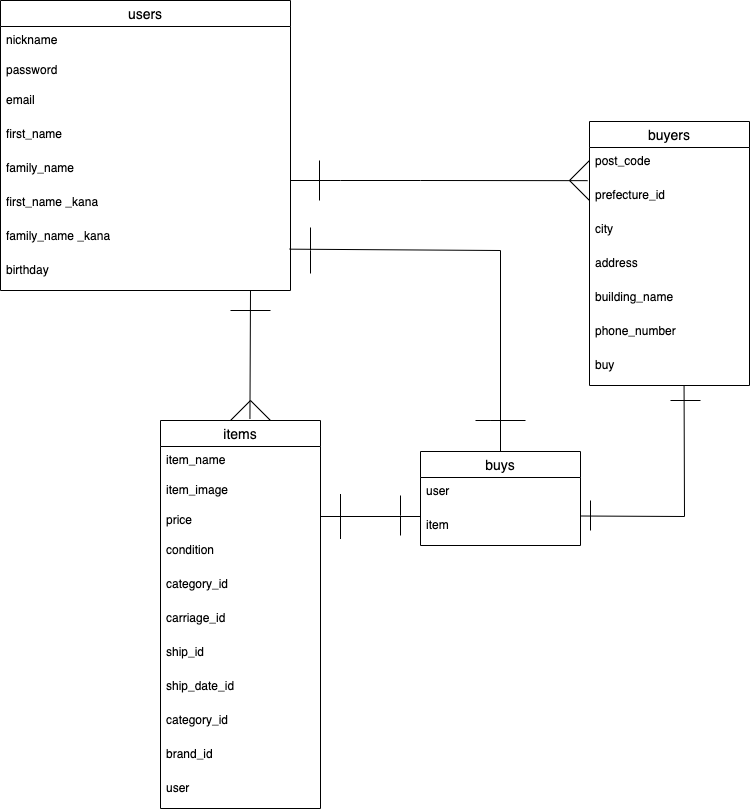
Before: furima1.png, a diagram exported from draw.io (Ishibashi-naoki1/furima-35187). Source tidied: cells renumbered, new cells last; positions are measured from the earlier drawing's top-left corner, leaving out a move shared by most shapes. Source of this version:
```xml
<mxGraphModel>
  <root>
    <mxCell id="0" />
    <mxCell id="1" parent="0" />
    <mxCell id="2" value="users" style="swimlane;fontStyle=0;horizontal=1;startSize=26;align=center;fontSize=14;" parent="1" vertex="1">
      <mxGeometry width="290" height="290" as="geometry" />
    </mxCell>
    <mxCell id="3" value="nickname " style="text;strokeColor=none;fillColor=none;spacingLeft=4;spacingRight=4;overflow=hidden;fontSize=12;" parent="2" vertex="1">
      <mxGeometry y="26" width="290" height="30" as="geometry" />
    </mxCell>
    <mxCell id="4" value="password " style="text;strokeColor=none;fillColor=none;spacingLeft=4;spacingRight=4;overflow=hidden;fontSize=12;" parent="2" vertex="1">
      <mxGeometry y="56" width="290" height="30" as="geometry" />
    </mxCell>
    <mxCell id="5" value="email " style="text;strokeColor=none;fillColor=none;spacingLeft=4;spacingRight=4;overflow=hidden;fontSize=12;" parent="2" vertex="1">
      <mxGeometry y="86" width="290" height="34" as="geometry" />
    </mxCell>
    <mxCell id="6" value="first_name " style="text;strokeColor=none;fillColor=none;spacingLeft=4;spacingRight=4;overflow=hidden;fontSize=12;" parent="2" vertex="1">
      <mxGeometry y="120" width="290" height="34" as="geometry" />
    </mxCell>
    <mxCell id="7" value="family_name " style="text;strokeColor=none;fillColor=none;spacingLeft=4;spacingRight=4;overflow=hidden;fontSize=12;" parent="2" vertex="1">
      <mxGeometry y="154" width="290" height="34" as="geometry" />
    </mxCell>
    <mxCell id="8" value="first_name _kana" style="text;strokeColor=none;fillColor=none;spacingLeft=4;spacingRight=4;overflow=hidden;fontSize=12;" parent="2" vertex="1">
      <mxGeometry y="188" width="290" height="34" as="geometry" />
    </mxCell>
    <mxCell id="9" value="family_name _kana" style="text;strokeColor=none;fillColor=none;spacingLeft=4;spacingRight=4;overflow=hidden;points=[[0,0.5],[1,0.5]];portConstraint=eastwest;fontSize=12;" parent="2" vertex="1">
      <mxGeometry y="222" width="290" height="34" as="geometry" />
    </mxCell>
    <mxCell id="10" value="birthday" style="text;strokeColor=none;fillColor=none;spacingLeft=4;spacingRight=4;overflow=hidden;fontSize=12;" parent="2" vertex="1">
      <mxGeometry y="256" width="290" height="34" as="geometry" />
    </mxCell>
    <mxCell id="11" style="endArrow=none;html=1;rounded=0;" parent="2" edge="1">
      <mxGeometry relative="1" as="geometry">
        <mxPoint x="310" y="273" as="sourcePoint" />
        <mxPoint x="310" y="227" as="targetPoint" />
        <Array as="points">
          <mxPoint x="310" y="250" />
        </Array>
      </mxGeometry>
    </mxCell>
    <mxCell id="12" value="items" style="swimlane;fontStyle=0;horizontal=1;startSize=26;align=center;fontSize=14;" parent="1" vertex="1">
      <mxGeometry x="160" y="420" width="160" height="388" as="geometry" />
    </mxCell>
    <mxCell id="13" value="item_name" style="text;strokeColor=none;fillColor=none;spacingLeft=4;spacingRight=4;overflow=hidden;fontSize=12;" parent="12" vertex="1">
      <mxGeometry y="26" width="160" height="30" as="geometry" />
    </mxCell>
    <mxCell id="14" value="item_image" style="text;strokeColor=none;fillColor=none;spacingLeft=4;spacingRight=4;overflow=hidden;fontSize=12;" parent="12" vertex="1">
      <mxGeometry y="56" width="160" height="30" as="geometry" />
    </mxCell>
    <mxCell id="15" value="price" style="text;strokeColor=none;fillColor=none;spacingLeft=4;spacingRight=4;overflow=hidden;fontSize=12;" parent="12" vertex="1">
      <mxGeometry y="86" width="160" height="30" as="geometry" />
    </mxCell>
    <mxCell id="16" value="condition" style="text;strokeColor=none;fillColor=none;spacingLeft=4;spacingRight=4;overflow=hidden;fontSize=12;" parent="12" vertex="1">
      <mxGeometry y="116" width="160" height="34" as="geometry" />
    </mxCell>
    <mxCell id="17" value="category_id" style="text;strokeColor=none;fillColor=none;spacingLeft=4;spacingRight=4;overflow=hidden;fontSize=12;" parent="12" vertex="1">
      <mxGeometry y="150" width="160" height="34" as="geometry" />
    </mxCell>
    <mxCell id="18" value="carriage_id" style="text;strokeColor=none;fillColor=none;spacingLeft=4;spacingRight=4;overflow=hidden;fontSize=12;" parent="12" vertex="1">
      <mxGeometry y="184" width="160" height="34" as="geometry" />
    </mxCell>
    <mxCell id="19" value="ship_id" style="text;strokeColor=none;fillColor=none;spacingLeft=4;spacingRight=4;overflow=hidden;fontSize=12;" parent="12" vertex="1">
      <mxGeometry y="218" width="160" height="34" as="geometry" />
    </mxCell>
    <mxCell id="20" value="ship_date_id" style="text;strokeColor=none;fillColor=none;spacingLeft=4;spacingRight=4;overflow=hidden;fontSize=12;" parent="12" vertex="1">
      <mxGeometry y="252" width="160" height="34" as="geometry" />
    </mxCell>
    <mxCell id="21" value="category_id" style="text;strokeColor=none;fillColor=none;spacingLeft=4;spacingRight=4;overflow=hidden;fontSize=12;" parent="12" vertex="1">
      <mxGeometry y="286" width="160" height="34" as="geometry" />
    </mxCell>
    <mxCell id="22" value="brand_id" style="text;strokeColor=none;fillColor=none;spacingLeft=4;spacingRight=4;overflow=hidden;fontSize=12;" parent="12" vertex="1">
      <mxGeometry y="320" width="160" height="34" as="geometry" />
    </mxCell>
    <mxCell id="23" value="user" style="text;strokeColor=none;fillColor=none;spacingLeft=4;spacingRight=4;overflow=hidden;fontSize=12;" parent="12" vertex="1">
      <mxGeometry y="354" width="160" height="34" as="geometry" />
    </mxCell>
    <mxCell id="24" value="buyers" style="swimlane;fontStyle=0;horizontal=1;startSize=26;align=center;fontSize=14;" parent="1" vertex="1">
      <mxGeometry x="589" y="121" width="160" height="264" as="geometry" />
    </mxCell>
    <mxCell id="25" value="post_code" style="text;strokeColor=none;fillColor=none;spacingLeft=4;spacingRight=4;overflow=hidden;fontSize=12;" parent="24" vertex="1">
      <mxGeometry y="26" width="160" height="34" as="geometry" />
    </mxCell>
    <mxCell id="26" value="prefecture_id" style="text;strokeColor=none;fillColor=none;spacingLeft=4;spacingRight=4;overflow=hidden;points=[[0,0.5],[1,0.5]];portConstraint=eastwest;fontSize=12;" parent="24" vertex="1">
      <mxGeometry y="60" width="160" height="34" as="geometry" />
    </mxCell>
    <mxCell id="27" value="city" style="text;strokeColor=none;fillColor=none;spacingLeft=4;spacingRight=4;overflow=hidden;fontSize=12;" parent="24" vertex="1">
      <mxGeometry y="94" width="160" height="34" as="geometry" />
    </mxCell>
    <mxCell id="28" value="address" style="text;strokeColor=none;fillColor=none;spacingLeft=4;spacingRight=4;overflow=hidden;fontSize=12;" parent="24" vertex="1">
      <mxGeometry y="128" width="160" height="34" as="geometry" />
    </mxCell>
    <mxCell id="29" value="building_name" style="text;strokeColor=none;fillColor=none;spacingLeft=4;spacingRight=4;overflow=hidden;fontSize=12;" parent="24" vertex="1">
      <mxGeometry y="162" width="160" height="34" as="geometry" />
    </mxCell>
    <mxCell id="30" value="phone_number" style="text;strokeColor=none;fillColor=none;spacingLeft=4;spacingRight=4;overflow=hidden;fontSize=12;" parent="24" vertex="1">
      <mxGeometry y="196" width="160" height="34" as="geometry" />
    </mxCell>
    <mxCell id="31" value="buy" style="text;strokeColor=none;fillColor=none;spacingLeft=4;spacingRight=4;overflow=hidden;points=[[0,0.5],[1,0.5]];portConstraint=eastwest;fontSize=12;" parent="24" vertex="1">
      <mxGeometry y="230" width="160" height="34" as="geometry" />
    </mxCell>
    <mxCell id="32" style="line;strokeWidth=1;dashed=0;labelPosition=right;align=left;verticalAlign=middle;spacingTop=0;spacingLeft=6;" parent="1" vertex="1">
      <mxGeometry x="320" y="511" width="100" height="10" as="geometry" />
    </mxCell>
    <mxCell id="33" style="endArrow=none;html=1;rounded=0;" parent="1" edge="1">
      <mxGeometry relative="1" as="geometry">
        <mxPoint x="400" y="535" as="sourcePoint" />
        <mxPoint x="400" y="495" as="targetPoint" />
        <Array as="points">
          <mxPoint x="400" y="515" />
        </Array>
      </mxGeometry>
    </mxCell>
    <mxCell id="34" style="endArrow=none;html=1;rounded=0;" parent="1" edge="1">
      <mxGeometry relative="1" as="geometry">
        <mxPoint x="230" y="310" as="sourcePoint" />
        <mxPoint x="270" y="310" as="targetPoint" />
        <Array as="points">
          <mxPoint x="270" y="310" />
        </Array>
      </mxGeometry>
    </mxCell>
    <mxCell id="35" style="endArrow=none;html=1;rounded=0;" parent="1" edge="1">
      <mxGeometry relative="1" as="geometry">
        <mxPoint x="230" y="420" as="sourcePoint" />
        <mxPoint x="270" y="420" as="targetPoint" />
        <Array as="points">
          <mxPoint x="250" y="400" />
        </Array>
      </mxGeometry>
    </mxCell>
    <mxCell id="36" style="endArrow=none;html=1;rounded=0;entryX=-0.012;entryY=-0.025;entryDx=0;entryDy=0;entryPerimeter=0;" parent="1" edge="1" target="26">
      <mxGeometry relative="1" as="geometry">
        <mxPoint x="290" y="180" as="sourcePoint" />
        <Array as="points">
          <mxPoint x="340" y="180" />
          <mxPoint x="420" y="180" />
        </Array>
      </mxGeometry>
    </mxCell>
    <mxCell id="37" style="endArrow=none;html=1;rounded=0;" parent="1" edge="1">
      <mxGeometry relative="1" as="geometry">
        <mxPoint x="319" y="200" as="sourcePoint" />
        <mxPoint x="319" y="160" as="targetPoint" />
        <Array as="points">
          <mxPoint x="319" y="180" />
        </Array>
      </mxGeometry>
    </mxCell>
    <mxCell id="38" style="endArrow=none;html=1;rounded=0;" parent="1" edge="1">
      <mxGeometry relative="1" as="geometry">
        <mxPoint x="589" y="200" as="sourcePoint" />
        <mxPoint x="589" y="160" as="targetPoint" />
        <Array as="points">
          <mxPoint x="569" y="180" />
        </Array>
      </mxGeometry>
    </mxCell>
    <mxCell id="39" style="endArrow=none;html=1;rounded=0;exitX=0.559;exitY=-0.005;exitDx=0;exitDy=0;exitPerimeter=0;" parent="1" edge="1" source="12">
      <mxGeometry relative="1" as="geometry">
        <mxPoint x="250" y="290" as="targetPoint" />
      </mxGeometry>
    </mxCell>
    <mxCell id="40" style="endArrow=none;html=1;rounded=0;" parent="1" edge="1">
      <mxGeometry relative="1" as="geometry">
        <mxPoint x="475" y="420" as="sourcePoint" />
        <mxPoint x="525" y="420" as="targetPoint" />
        <Array as="points">
          <mxPoint x="490.4" y="420" />
        </Array>
      </mxGeometry>
    </mxCell>
    <mxCell id="41" value="buys" style="swimlane;fontStyle=0;horizontal=1;startSize=26;align=center;fontSize=14;" parent="1" vertex="1">
      <mxGeometry x="420" y="451" width="160" height="94" as="geometry" />
    </mxCell>
    <mxCell id="42" value="user" style="text;strokeColor=none;fillColor=none;spacingLeft=4;spacingRight=4;overflow=hidden;fontSize=12;" parent="41" vertex="1">
      <mxGeometry y="26" width="160" height="34" as="geometry" />
    </mxCell>
    <mxCell id="43" value="item" style="text;strokeColor=none;fillColor=none;spacingLeft=4;spacingRight=4;overflow=hidden;fontSize=12;" parent="41" vertex="1">
      <mxGeometry y="60" width="160" height="34" as="geometry" />
    </mxCell>
    <mxCell id="44" style="endArrow=none;html=1;rounded=0;entryX=0.997;entryY=0.784;entryDx=0;entryDy=0;exitX=0.5;exitY=0;exitDx=0;exitDy=0;entryPerimeter=0;" parent="1" edge="1" source="41" target="9">
      <mxGeometry relative="1" as="geometry">
        <Array as="points">
          <mxPoint x="500" y="250" />
        </Array>
      </mxGeometry>
    </mxCell>
    <mxCell id="45" style="endArrow=none;html=1;rounded=0;" parent="1" edge="1">
      <mxGeometry relative="1" as="geometry">
        <mxPoint x="340" y="493.5" as="sourcePoint" />
        <mxPoint x="340" y="538.5" as="targetPoint" />
        <Array as="points">
          <mxPoint x="340" y="517.5" />
        </Array>
      </mxGeometry>
    </mxCell>
    <mxCell id="46" style="endArrow=none;html=1;rounded=0;entryX=0.591;entryY=1;entryDx=0;entryDy=0;entryPerimeter=0;" parent="1" edge="1" target="31">
      <mxGeometry relative="1" as="geometry">
        <mxPoint x="580" y="515.5" as="sourcePoint" />
        <Array as="points">
          <mxPoint x="684" y="516" />
        </Array>
      </mxGeometry>
    </mxCell>
    <mxCell id="47" style="endArrow=none;html=1;rounded=0;" parent="1" edge="1">
      <mxGeometry relative="1" as="geometry">
        <mxPoint x="590" y="500" as="sourcePoint" />
        <mxPoint x="590" y="530" as="targetPoint" />
      </mxGeometry>
    </mxCell>
    <mxCell id="48" style="endArrow=none;html=1;rounded=0;" parent="1" edge="1">
      <mxGeometry relative="1" as="geometry">
        <mxPoint x="670" y="400" as="sourcePoint" />
        <mxPoint x="700" y="400" as="targetPoint" />
      </mxGeometry>
    </mxCell>
  </root>
</mxGraphModel>
```
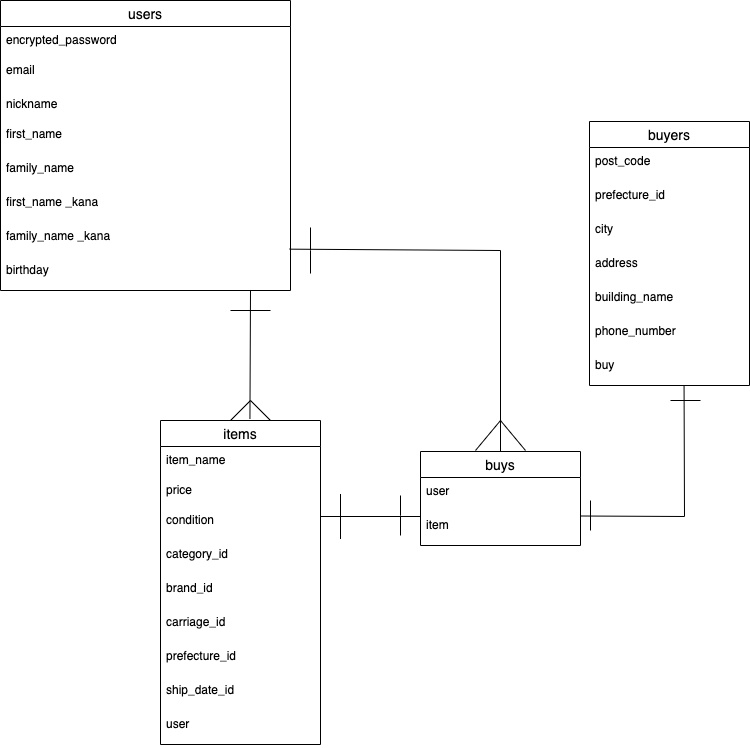
The same file after the commit.

Diff of the diagram source:
```diff
@@ -5,15 +5,15 @@
     <mxCell id="2" value="users" style="swimlane;fontStyle=0;horizontal=1;startSize=26;align=center;fontSize=14;" parent="1" vertex="1">
       <mxGeometry width="290" height="290" as="geometry" />
     </mxCell>
-    <mxCell id="3" value="nickname " style="text;strokeColor=none;fillColor=none;spacingLeft=4;spacingRight=4;overflow=hidden;fontSize=12;" parent="2" vertex="1">
-      <mxGeometry y="26" width="290" height="30" as="geometry" />
-    </mxCell>
-    <mxCell id="4" value="password " style="text;strokeColor=none;fillColor=none;spacingLeft=4;spacingRight=4;overflow=hidden;fontSize=12;" parent="2" vertex="1">
-      <mxGeometry y="56" width="290" height="30" as="geometry" />
+    <mxCell id="4" value="encrypted_password" style="text;strokeColor=none;fillColor=none;spacingLeft=4;spacingRight=4;overflow=hidden;fontSize=12;" parent="2" vertex="1">
+      <mxGeometry y="26" width="290" height="30" as="geometry" />
     </mxCell>
     <mxCell id="5" value="email " style="text;strokeColor=none;fillColor=none;spacingLeft=4;spacingRight=4;overflow=hidden;fontSize=12;" parent="2" vertex="1">
-      <mxGeometry y="86" width="290" height="34" as="geometry" />
+      <mxGeometry y="56" width="290" height="34" as="geometry" />
     </mxCell>
+    <mxCell id="3" value="nickname " style="text;strokeColor=none;fillColor=none;spacingLeft=4;spacingRight=4;overflow=hidden;fontSize=12;" parent="2" vertex="1">
+      <mxGeometry y="90" width="290" height="30" as="geometry" />
+    </mxCell>
     <mxCell id="6" value="first_name " style="text;strokeColor=none;fillColor=none;spacingLeft=4;spacingRight=4;overflow=hidden;fontSize=12;" parent="2" vertex="1">
       <mxGeometry y="120" width="290" height="34" as="geometry" />
     </mxCell>
@@ -39,40 +39,34 @@
       </mxGeometry>
     </mxCell>
     <mxCell id="12" value="items" style="swimlane;fontStyle=0;horizontal=1;startSize=26;align=center;fontSize=14;" parent="1" vertex="1">
-      <mxGeometry x="160" y="420" width="160" height="388" as="geometry" />
+      <mxGeometry x="160" y="420" width="160" height="324" as="geometry" />
     </mxCell>
     <mxCell id="13" value="item_name" style="text;strokeColor=none;fillColor=none;spacingLeft=4;spacingRight=4;overflow=hidden;fontSize=12;" parent="12" vertex="1">
       <mxGeometry y="26" width="160" height="30" as="geometry" />
     </mxCell>
-    <mxCell id="14" value="item_image" style="text;strokeColor=none;fillColor=none;spacingLeft=4;spacingRight=4;overflow=hidden;fontSize=12;" parent="12" vertex="1">
-      <mxGeometry y="56" width="160" height="30" as="geometry" />
-    </mxCell>
     <mxCell id="15" value="price" style="text;strokeColor=none;fillColor=none;spacingLeft=4;spacingRight=4;overflow=hidden;fontSize=12;" parent="12" vertex="1">
-      <mxGeometry y="86" width="160" height="30" as="geometry" />
+      <mxGeometry y="56" width="160" height="30" as="geometry" />
     </mxCell>
     <mxCell id="16" value="condition" style="text;strokeColor=none;fillColor=none;spacingLeft=4;spacingRight=4;overflow=hidden;fontSize=12;" parent="12" vertex="1">
-      <mxGeometry y="116" width="160" height="34" as="geometry" />
+      <mxGeometry y="86" width="160" height="34" as="geometry" />
     </mxCell>
     <mxCell id="17" value="category_id" style="text;strokeColor=none;fillColor=none;spacingLeft=4;spacingRight=4;overflow=hidden;fontSize=12;" parent="12" vertex="1">
-      <mxGeometry y="150" width="160" height="34" as="geometry" />
+      <mxGeometry y="120" width="160" height="34" as="geometry" />
     </mxCell>
+    <mxCell id="22" value="brand_id" style="text;strokeColor=none;fillColor=none;spacingLeft=4;spacingRight=4;overflow=hidden;fontSize=12;" parent="12" vertex="1">
+      <mxGeometry y="154" width="160" height="34" as="geometry" />
+    </mxCell>
     <mxCell id="18" value="carriage_id" style="text;strokeColor=none;fillColor=none;spacingLeft=4;spacingRight=4;overflow=hidden;fontSize=12;" parent="12" vertex="1">
-      <mxGeometry y="184" width="160" height="34" as="geometry" />
+      <mxGeometry y="188" width="160" height="34" as="geometry" />
     </mxCell>
-    <mxCell id="19" value="ship_id" style="text;strokeColor=none;fillColor=none;spacingLeft=4;spacingRight=4;overflow=hidden;fontSize=12;" parent="12" vertex="1">
-      <mxGeometry y="218" width="160" height="34" as="geometry" />
-    </mxCell>
+    <mxCell id="49" value="prefecture_id" style="text;strokeColor=none;fillColor=none;spacingLeft=4;spacingRight=4;overflow=hidden;fontSize=12;" parent="12" vertex="1">
+      <mxGeometry y="222" width="160" height="34" as="geometry" />
+    </mxCell>
     <mxCell id="20" value="ship_date_id" style="text;strokeColor=none;fillColor=none;spacingLeft=4;spacingRight=4;overflow=hidden;fontSize=12;" parent="12" vertex="1">
-      <mxGeometry y="252" width="160" height="34" as="geometry" />
+      <mxGeometry y="256" width="160" height="34" as="geometry" />
     </mxCell>
-    <mxCell id="21" value="category_id" style="text;strokeColor=none;fillColor=none;spacingLeft=4;spacingRight=4;overflow=hidden;fontSize=12;" parent="12" vertex="1">
-      <mxGeometry y="286" width="160" height="34" as="geometry" />
-    </mxCell>
-    <mxCell id="22" value="brand_id" style="text;strokeColor=none;fillColor=none;spacingLeft=4;spacingRight=4;overflow=hidden;fontSize=12;" parent="12" vertex="1">
-      <mxGeometry y="320" width="160" height="34" as="geometry" />
-    </mxCell>
     <mxCell id="23" value="user" style="text;strokeColor=none;fillColor=none;spacingLeft=4;spacingRight=4;overflow=hidden;fontSize=12;" parent="12" vertex="1">
-      <mxGeometry y="354" width="160" height="34" as="geometry" />
+      <mxGeometry y="290" width="160" height="34" as="geometry" />
     </mxCell>
     <mxCell id="24" value="buyers" style="swimlane;fontStyle=0;horizontal=1;startSize=26;align=center;fontSize=14;" parent="1" vertex="1">
       <mxGeometry x="589" y="121" width="160" height="264" as="geometry" />
@@ -128,33 +122,6 @@
         </Array>
       </mxGeometry>
     </mxCell>
-    <mxCell id="36" style="endArrow=none;html=1;rounded=0;entryX=-0.012;entryY=-0.025;entryDx=0;entryDy=0;entryPerimeter=0;" parent="1" edge="1" target="26">
-      <mxGeometry relative="1" as="geometry">
-        <mxPoint x="290" y="180" as="sourcePoint" />
-        <Array as="points">
-          <mxPoint x="340" y="180" />
-          <mxPoint x="420" y="180" />
-        </Array>
-      </mxGeometry>
-    </mxCell>
-    <mxCell id="37" style="endArrow=none;html=1;rounded=0;" parent="1" edge="1">
-      <mxGeometry relative="1" as="geometry">
-        <mxPoint x="319" y="200" as="sourcePoint" />
-        <mxPoint x="319" y="160" as="targetPoint" />
-        <Array as="points">
-          <mxPoint x="319" y="180" />
-        </Array>
-      </mxGeometry>
-    </mxCell>
-    <mxCell id="38" style="endArrow=none;html=1;rounded=0;" parent="1" edge="1">
-      <mxGeometry relative="1" as="geometry">
-        <mxPoint x="589" y="200" as="sourcePoint" />
-        <mxPoint x="589" y="160" as="targetPoint" />
-        <Array as="points">
-          <mxPoint x="569" y="180" />
-        </Array>
-      </mxGeometry>
-    </mxCell>
     <mxCell id="39" style="endArrow=none;html=1;rounded=0;exitX=0.559;exitY=-0.005;exitDx=0;exitDy=0;exitPerimeter=0;" parent="1" edge="1" source="12">
       <mxGeometry relative="1" as="geometry">
         <mxPoint x="250" y="290" as="targetPoint" />
@@ -162,10 +129,10 @@
     </mxCell>
     <mxCell id="40" style="endArrow=none;html=1;rounded=0;" parent="1" edge="1">
       <mxGeometry relative="1" as="geometry">
-        <mxPoint x="475" y="420" as="sourcePoint" />
-        <mxPoint x="525" y="420" as="targetPoint" />
+        <mxPoint x="475" y="450" as="sourcePoint" />
+        <mxPoint x="525" y="450" as="targetPoint" />
         <Array as="points">
-          <mxPoint x="490.4" y="420" />
+          <mxPoint x="500" y="420" />
         </Array>
       </mxGeometry>
     </mxCell>
```
